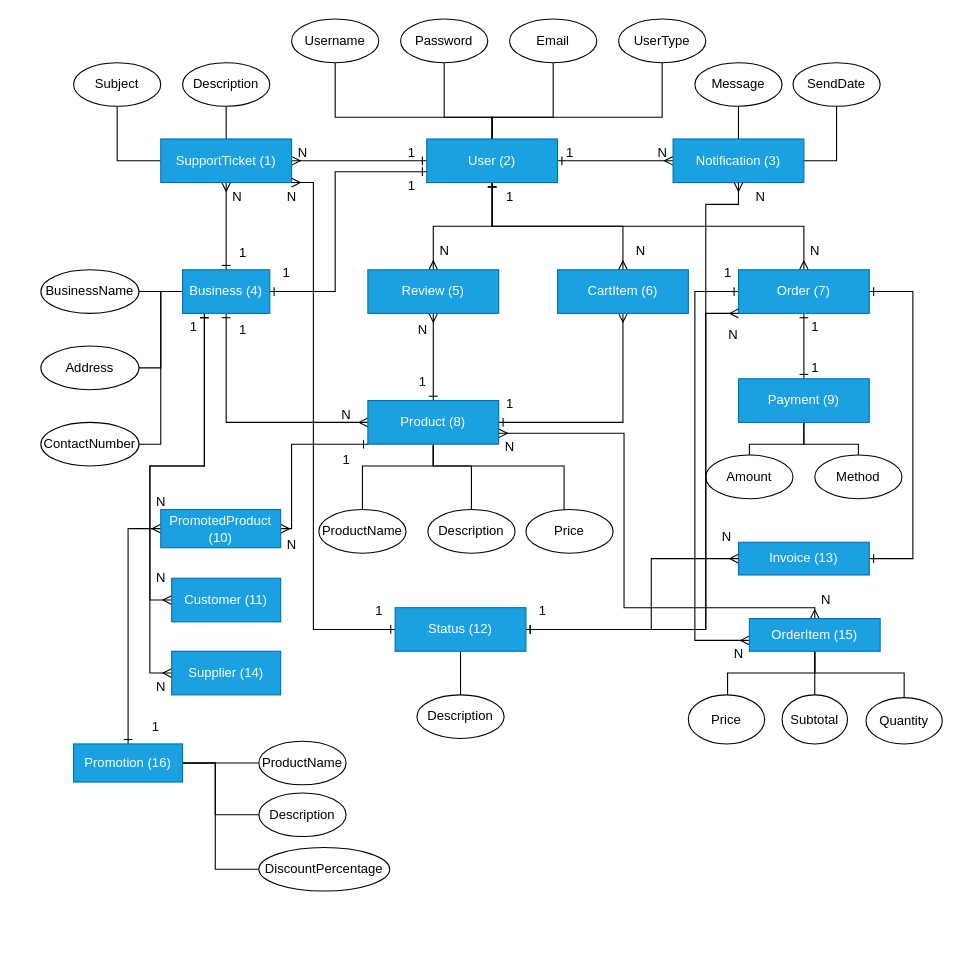
Above: Progress Report/Concept_ERD.drawio in MinMinis/COS20031---Computing-Technology-Design-Project (draw.io), before the change. Source tidied: cells renumbered, new cells numbered last; positions are measured from the earlier drawing's top-left corner, leaving out a move shared by most shapes. Both pictures are drawn from the tidied source at 109%, with x=0, y=0 at pixel (40, 19).
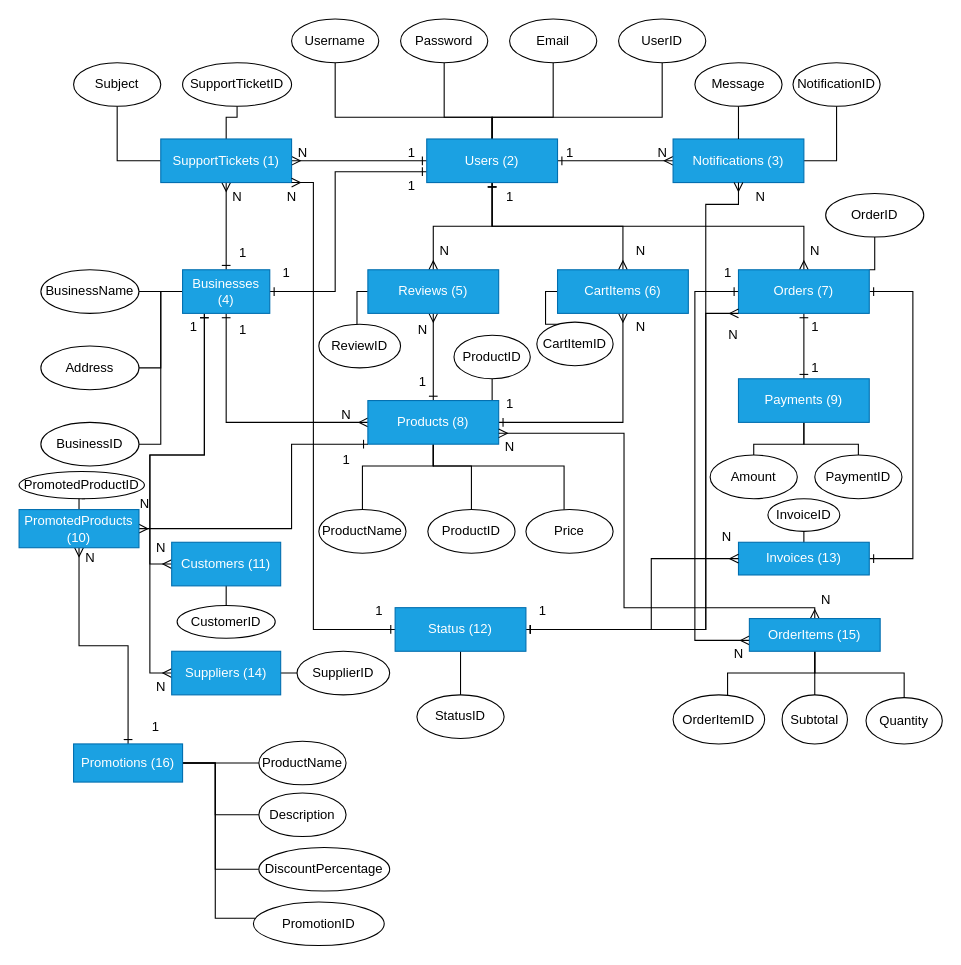
The same diagram, later.

Diff of the diagram source:
```diff
@@
-    <mxCell id="12" value="User (2)" style="rounded=0;whiteSpace=wrap;html=1;fillColor=#1ba1e2;fontColor=#ffffff;strokeColor=#006EAF;" parent="1" vertex="1">
+    <mxCell id="12" value="Users (2)" style="rounded=0;whiteSpace=wrap;html=1;fillColor=#1ba1e2;fontColor=#ffffff;strokeColor=#006EAF;" parent="1" vertex="1">
       <mxGeometry x="354" y="110" width="120" height="40" as="geometry" />
     </mxCell>
@@
-    <mxCell id="16" value="UserType" style="ellipse;whiteSpace=wrap;html=1;" parent="1" vertex="1">
+    <mxCell id="16" value="UserID" style="ellipse;whiteSpace=wrap;html=1;" parent="1" vertex="1">
       <mxGeometry x="530" width="80" height="40" as="geometry" />
     </mxCell>
@@
     <mxCell id="22" style="edgeStyle=orthogonalEdgeStyle;rounded=0;jettySize=auto;html=1;entryX=0;entryY=0.5;entryDx=0;entryDy=0;startArrow=ERone;startFill=0;endArrow=ERmany;endFill=0;" parent="1" edge="1" source="24" target="93">
       <mxGeometry relative="1" as="geometry">
         <Array as="points">
-          <mxPoint x="150" y="410" />
-          <mxPoint x="100" y="410" />
-          <mxPoint x="100" y="533" />
+          <mxPoint x="150" y="400" />
+          <mxPoint x="100" y="400" />
+          <mxPoint x="100" y="500" />
         </Array>
       </mxGeometry>
     </mxCell>
     <mxCell id="23" style="edgeStyle=orthogonalEdgeStyle;rounded=0;jettySize=auto;html=1;entryX=0;entryY=0.5;entryDx=0;entryDy=0;startArrow=ERone;startFill=0;endArrow=ERmany;endFill=0;" parent="1" edge="1" source="24" target="94">
       <mxGeometry relative="1" as="geometry">
         <Array as="points">
-          <mxPoint x="150" y="410" />
-          <mxPoint x="100" y="410" />
+          <mxPoint x="150" y="400" />
+          <mxPoint x="100" y="400" />
           <mxPoint x="100" y="600" />
         </Array>
       </mxGeometry>
     </mxCell>
-    <mxCell id="24" value="Business (4)" style="rounded=0;whiteSpace=wrap;html=1;fillColor=#1ba1e2;fontColor=#ffffff;strokeColor=#006EAF;" parent="1" vertex="1">
+    <mxCell id="24" value="Businesses (4)" style="rounded=0;whiteSpace=wrap;html=1;fillColor=#1ba1e2;fontColor=#ffffff;strokeColor=#006EAF;" parent="1" vertex="1">
       <mxGeometry x="130" y="230" width="80" height="40" as="geometry" />
     </mxCell>
@@
+    <mxCell id="122" style="edgeStyle=orthogonalEdgeStyle;rounded=0;jettySize=auto;html=1;entryX=0.5;entryY=1;entryDx=0;entryDy=0;endArrow=none;endFill=0;" parent="1" edge="1" source="30" target="136">
+      <mxGeometry relative="1" as="geometry">
+        <Array as="points">
+          <mxPoint x="400" y="360" />
+          <mxPoint x="400" y="360" />
+        </Array>
+      </mxGeometry>
+    </mxCell>
-    <mxCell id="30" value="Product (8)" style="rounded=0;whiteSpace=wrap;html=1;fillColor=#1ba1e2;fontColor=#ffffff;strokeColor=#006EAF;" parent="1" vertex="1">
+    <mxCell id="30" value="Products (8)" style="rounded=0;whiteSpace=wrap;html=1;fillColor=#1ba1e2;fontColor=#ffffff;strokeColor=#006EAF;" parent="1" vertex="1">
       <mxGeometry x="300" y="350" width="120" height="40" as="geometry" />
     </mxCell>
@@
+    <mxCell id="123" style="edgeStyle=orthogonalEdgeStyle;rounded=0;jettySize=auto;html=1;entryX=0.5;entryY=1;entryDx=0;entryDy=0;endArrow=none;endFill=0;" parent="1" edge="1" source="34" target="134">
+      <mxGeometry relative="1" as="geometry">
+        <Array as="points">
+          <mxPoint x="765" y="230" />
+        </Array>
+      </mxGeometry>
+    </mxCell>
-    <mxCell id="34" value="Order (7)" style="rounded=0;whiteSpace=wrap;html=1;fillColor=#1ba1e2;fontColor=#ffffff;strokeColor=#006EAF;" parent="1" vertex="1">
+    <mxCell id="34" value="Orders (7)" style="rounded=0;whiteSpace=wrap;html=1;fillColor=#1ba1e2;fontColor=#ffffff;strokeColor=#006EAF;" parent="1" vertex="1">
       <mxGeometry x="640" y="230" width="120" height="40" as="geometry" />
     </mxCell>
+    <mxCell id="124" style="edgeStyle=orthogonalEdgeStyle;rounded=0;jettySize=auto;html=1;entryX=0.5;entryY=0;entryDx=0;entryDy=0;endArrow=none;endFill=0;" parent="1" edge="1" source="35" target="133">
+      <mxGeometry relative="1" as="geometry">
+        <Array as="points">
+          <mxPoint x="463" y="250" />
+          <mxPoint x="463" y="280" />
+          <mxPoint x="490" y="280" />
+        </Array>
+      </mxGeometry>
+    </mxCell>
-    <mxCell id="35" value="CartItem (6)" style="rounded=0;whiteSpace=wrap;html=1;fillColor=#1ba1e2;fontColor=#ffffff;strokeColor=#006EAF;" parent="1" vertex="1">
+    <mxCell id="35" value="CartItems (6)" style="rounded=0;whiteSpace=wrap;html=1;fillColor=#1ba1e2;fontColor=#ffffff;strokeColor=#006EAF;" parent="1" vertex="1">
       <mxGeometry x="474" y="230" width="120" height="40" as="geometry" />
     </mxCell>
@@
-    <mxCell id="37" value="Notification (3)" style="rounded=0;whiteSpace=wrap;html=1;fillColor=#1ba1e2;fontColor=#ffffff;strokeColor=#006EAF;" parent="1" vertex="1">
+    <mxCell id="37" value="Notifications (3)" style="rounded=0;whiteSpace=wrap;html=1;fillColor=#1ba1e2;fontColor=#ffffff;strokeColor=#006EAF;" parent="1" vertex="1">
       <mxGeometry x="580" y="110" width="120" height="40" as="geometry" />
     </mxCell>
@@
-    <mxCell id="40" value="SupportTicket (1)" style="rounded=0;whiteSpace=wrap;html=1;fillColor=#1ba1e2;fontColor=#ffffff;strokeColor=#006EAF;" parent="1" vertex="1">
+    <mxCell id="40" value="SupportTickets (1)" style="rounded=0;whiteSpace=wrap;html=1;fillColor=#1ba1e2;fontColor=#ffffff;strokeColor=#006EAF;" parent="1" vertex="1">
       <mxGeometry x="110" y="110" width="120" height="40" as="geometry" />
     </mxCell>
@@
-    <mxCell id="43" value="Payment (9)" style="rounded=0;whiteSpace=wrap;html=1;fillColor=#1ba1e2;fontColor=#ffffff;strokeColor=#006EAF;" parent="1" vertex="1">
+    <mxCell id="43" value="Payments (9)" style="rounded=0;whiteSpace=wrap;html=1;fillColor=#1ba1e2;fontColor=#ffffff;strokeColor=#006EAF;" parent="1" vertex="1">
       <mxGeometry x="640" y="330" width="120" height="40" as="geometry" />
     </mxCell>
+    <mxCell id="125" style="edgeStyle=orthogonalEdgeStyle;rounded=0;jettySize=auto;html=1;entryX=0.5;entryY=0;entryDx=0;entryDy=0;" parent="1" edge="1" source="44" target="132">
+      <mxGeometry relative="1" as="geometry">
+        <Array as="points">
+          <mxPoint x="290" y="250" />
+          <mxPoint x="290" y="290" />
+          <mxPoint x="293" y="290" />
+        </Array>
+      </mxGeometry>
+    </mxCell>
-    <mxCell id="44" value="Review (5)" style="rounded=0;whiteSpace=wrap;html=1;fillColor=#1ba1e2;fontColor=#ffffff;strokeColor=#006EAF;" parent="1" vertex="1">
+    <mxCell id="44" value="Reviews (5)" style="rounded=0;whiteSpace=wrap;html=1;fillColor=#1ba1e2;fontColor=#ffffff;strokeColor=#006EAF;" parent="1" vertex="1">
       <mxGeometry x="300" y="230" width="120" height="40" as="geometry" />
     </mxCell>
@@
-    <mxCell id="47" value="SendDate" style="ellipse;whiteSpace=wrap;html=1;" parent="1" vertex="1">
+    <mxCell id="47" value="NotificationID" style="ellipse;whiteSpace=wrap;html=1;" parent="1" vertex="1">
       <mxGeometry x="690" y="40" width="80" height="40" as="geometry" />
     </mxCell>
     <mxCell id="48" value="Amount" style="ellipse;whiteSpace=wrap;html=1;" parent="1" vertex="1">
-      <mxGeometry x="610" y="400" width="80" height="40" as="geometry" />
+      <mxGeometry x="614" y="400" width="80" height="40" as="geometry" />
     </mxCell>
-    <mxCell id="49" value="Method" style="ellipse;whiteSpace=wrap;html=1;" parent="1" vertex="1">
+    <mxCell id="49" value="PaymentID" style="ellipse;whiteSpace=wrap;html=1;" parent="1" vertex="1">
       <mxGeometry x="710" y="400" width="80" height="40" as="geometry" />
     </mxCell>
-    <mxCell id="50" value="Description" style="ellipse;whiteSpace=wrap;html=1;" parent="1" vertex="1">
-      <mxGeometry x="130" y="40" width="80" height="40" as="geometry" />
+    <mxCell id="50" value="SupportTicketID" style="ellipse;whiteSpace=wrap;html=1;" parent="1" vertex="1">
+      <mxGeometry x="130" y="40" width="100" height="40" as="geometry" />
     </mxCell>
@@
-    <mxCell id="53" value="Description" style="ellipse;whiteSpace=wrap;html=1;" parent="1" vertex="1">
+    <mxCell id="53" value="ProductID" style="ellipse;whiteSpace=wrap;html=1;" parent="1" vertex="1">
       <mxGeometry x="355" y="450" width="80" height="40" as="geometry" />
     </mxCell>
@@
-    <mxCell id="57" value="ContactNumber" style="ellipse;whiteSpace=wrap;html=1;" parent="1" vertex="1">
+    <mxCell id="57" value="BusinessID" style="ellipse;whiteSpace=wrap;html=1;" parent="1" vertex="1">
       <mxGeometry y="370" width="90" height="40" as="geometry" />
     </mxCell>
@@
+    <mxCell id="126" style="edgeStyle=orthogonalEdgeStyle;rounded=0;jettySize=auto;html=1;entryX=0.5;entryY=1;entryDx=0;entryDy=0;endArrow=none;endFill=0;" parent="1" edge="1" source="77" target="140">
+      <mxGeometry relative="1" as="geometry" />
+    </mxCell>
-    <mxCell id="77" value="Invoice (13)" style="rounded=0;whiteSpace=wrap;html=1;fillColor=#1ba1e2;fontColor=#ffffff;strokeColor=#006EAF;" parent="1" vertex="1">
+    <mxCell id="77" value="Invoices (13)" style="rounded=0;whiteSpace=wrap;html=1;fillColor=#1ba1e2;fontColor=#ffffff;strokeColor=#006EAF;" parent="1" vertex="1">
       <mxGeometry x="640" y="480" width="120" height="30" as="geometry" />
     </mxCell>
@@
-    <mxCell id="82" value="OrderItem (15)" style="rounded=0;whiteSpace=wrap;html=1;fillColor=#1ba1e2;fontColor=#ffffff;strokeColor=#006EAF;" parent="1" vertex="1">
+    <mxCell id="82" value="OrderItems (15)" style="rounded=0;whiteSpace=wrap;html=1;fillColor=#1ba1e2;fontColor=#ffffff;strokeColor=#006EAF;" parent="1" vertex="1">
       <mxGeometry x="650" y="550" width="120" height="30" as="geometry" />
     </mxCell>
@@
-    <mxCell id="87" style="edgeStyle=orthogonalEdgeStyle;rounded=0;jettySize=auto;html=1;entryX=0;entryY=0.5;entryDx=0;entryDy=0;startArrow=ERone;startFill=0;endArrow=ERmany;endFill=0;" parent="1" edge="1" source="91" target="102">
-      <mxGeometry relative="1" as="geometry" />
+    <mxCell id="87" style="edgeStyle=orthogonalEdgeStyle;rounded=0;jettySize=auto;html=1;entryX=0.5;entryY=1;entryDx=0;entryDy=0;startArrow=ERone;startFill=0;endArrow=ERmany;endFill=0;" parent="1" edge="1" source="91" target="102">
+      <mxGeometry relative="1" as="geometry">
+        <Array as="points">
+          <mxPoint x="80" y="575" />
+          <mxPoint x="35" y="575" />
+        </Array>
+      </mxGeometry>
     </mxCell>
@@
+    <mxCell id="127" style="edgeStyle=orthogonalEdgeStyle;rounded=0;jettySize=auto;html=1;endArrow=none;endFill=0;" parent="1" edge="1" source="91" target="131">
+      <mxGeometry relative="1" as="geometry">
+        <Array as="points">
+          <mxPoint x="160" y="683" />
+          <mxPoint x="160" y="825" />
+        </Array>
+      </mxGeometry>
+    </mxCell>
-    <mxCell id="91" value="Promotion (16)" style="rounded=0;whiteSpace=wrap;html=1;fillColor=#1ba1e2;fontColor=#ffffff;strokeColor=#006EAF;" parent="1" vertex="1">
+    <mxCell id="91" value="Promotions (16)" style="rounded=0;whiteSpace=wrap;html=1;fillColor=#1ba1e2;fontColor=#ffffff;strokeColor=#006EAF;" parent="1" vertex="1">
       <mxGeometry x="30" y="665" width="100" height="35" as="geometry" />
     </mxCell>
@@
+    <mxCell id="128" style="edgeStyle=orthogonalEdgeStyle;rounded=0;jettySize=auto;html=1;entryX=0.5;entryY=0;entryDx=0;entryDy=0;endArrow=none;endFill=0;" parent="1" edge="1" source="93" target="138">
+      <mxGeometry relative="1" as="geometry" />
+    </mxCell>
-    <mxCell id="93" value="Customer (11)" style="whiteSpace=wrap;html=1;fillColor=#1ba1e2;fontColor=#ffffff;strokeColor=#006EAF;" parent="1" vertex="1">
-      <mxGeometry x="120" y="513" width="100" height="40" as="geometry" />
+    <mxCell id="93" value="Customers (11)" style="whiteSpace=wrap;html=1;fillColor=#1ba1e2;fontColor=#ffffff;strokeColor=#006EAF;" parent="1" vertex="1">
+      <mxGeometry x="120" y="480" width="100" height="40" as="geometry" />
     </mxCell>
+    <mxCell id="129" style="edgeStyle=orthogonalEdgeStyle;rounded=0;jettySize=auto;html=1;entryX=0;entryY=0.5;entryDx=0;entryDy=0;endArrow=none;endFill=0;" parent="1" edge="1" source="94" target="139">
+      <mxGeometry relative="1" as="geometry" />
+    </mxCell>
-    <mxCell id="94" value="Supplier (14)" style="whiteSpace=wrap;html=1;fillColor=#1ba1e2;fontColor=#ffffff;strokeColor=#006EAF;" parent="1" vertex="1">
+    <mxCell id="94" value="Suppliers (14)" style="whiteSpace=wrap;html=1;fillColor=#1ba1e2;fontColor=#ffffff;strokeColor=#006EAF;" parent="1" vertex="1">
       <mxGeometry x="120" y="580" width="100" height="40" as="geometry" />
     </mxCell>
@@
     <mxCell id="96" value="N" style="text;html=1;align=center;verticalAlign=middle;strokeColor=none;fillColor=none;" parent="1" vertex="1">
-      <mxGeometry x="95" y="498" width="30" height="30" as="geometry" />
+      <mxGeometry x="95" y="470" width="30" height="30" as="geometry" />
     </mxCell>
@@
-    <mxCell id="99" value="Price" style="ellipse;whiteSpace=wrap;html=1;rounded=0;" parent="1" vertex="1">
-      <mxGeometry x="594" y="620" width="70" height="45" as="geometry" />
+    <mxCell id="99" value="OrderItemID" style="ellipse;whiteSpace=wrap;html=1;rounded=0;" parent="1" vertex="1">
+      <mxGeometry x="580" y="620" width="84" height="45" as="geometry" />
     </mxCell>
@@
+    <mxCell id="130" style="edgeStyle=orthogonalEdgeStyle;rounded=0;jettySize=auto;html=1;entryX=0.5;entryY=1;entryDx=0;entryDy=0;endArrow=none;endFill=0;" parent="1" edge="1" source="102" target="137">
+      <mxGeometry relative="1" as="geometry">
+        <Array as="points">
+          <mxPoint x="35" y="435" />
+          <mxPoint x="40" y="435" />
+          <mxPoint x="40" y="440" />
+        </Array>
+      </mxGeometry>
+    </mxCell>
-    <mxCell id="102" value="PromotedProduct (10)" style="rounded=0;whiteSpace=wrap;html=1;fillColor=#1ba1e2;fontColor=#ffffff;strokeColor=#006EAF;" parent="1" vertex="1">
-      <mxGeometry x="110" y="450" width="110" height="35" as="geometry" />
+    <mxCell id="102" value="PromotedProducts (10)" style="rounded=0;whiteSpace=wrap;html=1;fillColor=#1ba1e2;fontColor=#ffffff;strokeColor=#006EAF;" parent="1" vertex="1">
+      <mxGeometry x="-20" y="450" width="110" height="35" as="geometry" />
     </mxCell>
     <mxCell id="103" value="N" style="text;html=1;align=center;verticalAlign=middle;strokeColor=none;fillColor=none;" parent="1" vertex="1">
-      <mxGeometry x="215" y="468" width="30" height="30" as="geometry" />
+      <mxGeometry x="30" y="480" width="30" height="30" as="geometry" />
     </mxCell>
     <mxCell id="104" value="N" style="text;html=1;align=center;verticalAlign=middle;strokeColor=none;fillColor=none;" parent="1" vertex="1">
-      <mxGeometry x="95" y="428" width="30" height="30" as="geometry" />
+      <mxGeometry x="80" y="430" width="30" height="30" as="geometry" />
     </mxCell>
@@
-    <mxCell id="112" value="Description" style="ellipse;whiteSpace=wrap;html=1;rounded=0;" parent="1" vertex="1">
+    <mxCell id="112" value="StatusID" style="ellipse;whiteSpace=wrap;html=1;rounded=0;" parent="1" vertex="1">
       <mxGeometry x="345" y="620" width="80" height="40" as="geometry" />
     </mxCell>
@@
+    <mxCell id="131" value="PromotionID" style="ellipse;whiteSpace=wrap;html=1;" parent="1" vertex="1">
+      <mxGeometry x="195" y="810" width="120" height="40" as="geometry" />
+    </mxCell>
+    <mxCell id="132" value="ReviewID" style="ellipse;whiteSpace=wrap;html=1;" parent="1" vertex="1">
+      <mxGeometry x="255" y="280" width="75" height="40" as="geometry" />
+    </mxCell>
+    <mxCell id="133" value="CartItemID" style="ellipse;whiteSpace=wrap;html=1;" parent="1" vertex="1">
+      <mxGeometry x="455" y="278" width="70" height="40" as="geometry" />
+    </mxCell>
+    <mxCell id="134" value="OrderID" style="ellipse;whiteSpace=wrap;html=1;" parent="1" vertex="1">
+      <mxGeometry x="720" y="160" width="90" height="40" as="geometry" />
+    </mxCell>
+    <mxCell id="135" value="N" style="text;html=1;align=center;verticalAlign=middle;strokeColor=none;fillColor=none;" parent="1" vertex="1">
+      <mxGeometry x="535" y="268" width="30" height="30" as="geometry" />
+    </mxCell>
+    <mxCell id="136" value="ProductID" style="ellipse;whiteSpace=wrap;html=1;" parent="1" vertex="1">
+      <mxGeometry x="379" y="290" width="70" height="40" as="geometry" />
+    </mxCell>
+    <mxCell id="137" value="PromotedProductID" style="ellipse;whiteSpace=wrap;html=1;" parent="1" vertex="1">
+      <mxGeometry x="-20" y="415" width="115" height="25" as="geometry" />
+    </mxCell>
+    <mxCell id="138" value="CustomerID" style="ellipse;whiteSpace=wrap;html=1;" parent="1" vertex="1">
+      <mxGeometry x="125" y="538" width="90" height="30" as="geometry" />
+    </mxCell>
+    <mxCell id="139" value="SupplierID" style="ellipse;whiteSpace=wrap;html=1;" parent="1" vertex="1">
+      <mxGeometry x="235" y="580" width="85" height="40" as="geometry" />
+    </mxCell>
+    <mxCell id="140" value="InvoiceID" style="ellipse;whiteSpace=wrap;html=1;" parent="1" vertex="1">
+      <mxGeometry x="667" y="440" width="66" height="30" as="geometry" />
+    </mxCell>
```
